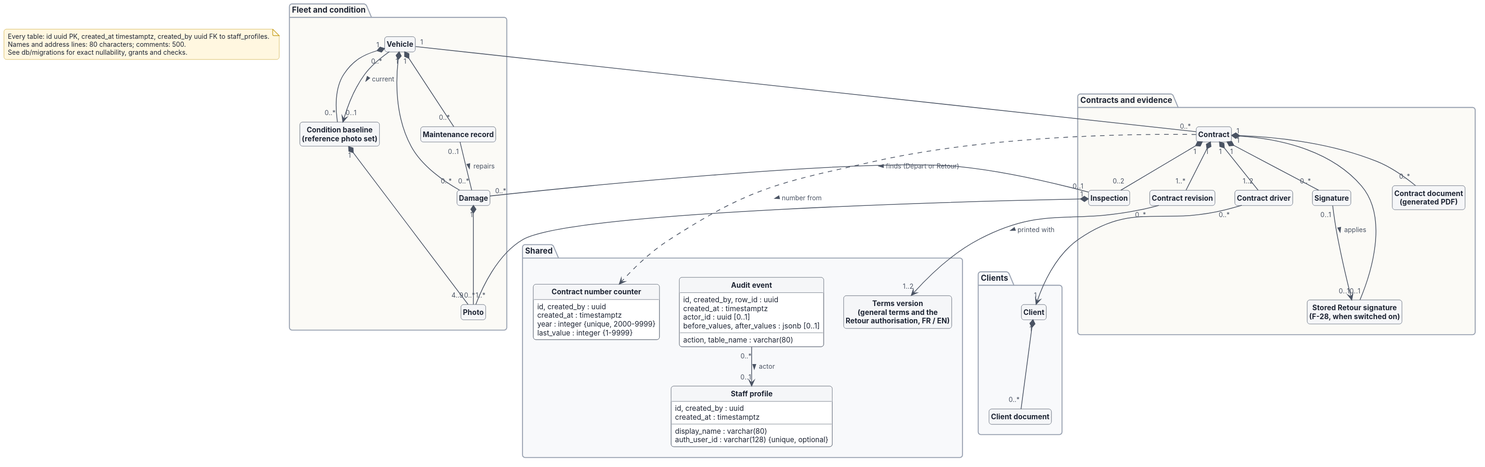
This is docs/architecture/svg/05-data-overview.svg from ColJurten/mccarriviera-staff-app, a PlantUML export, as it was before one commit.
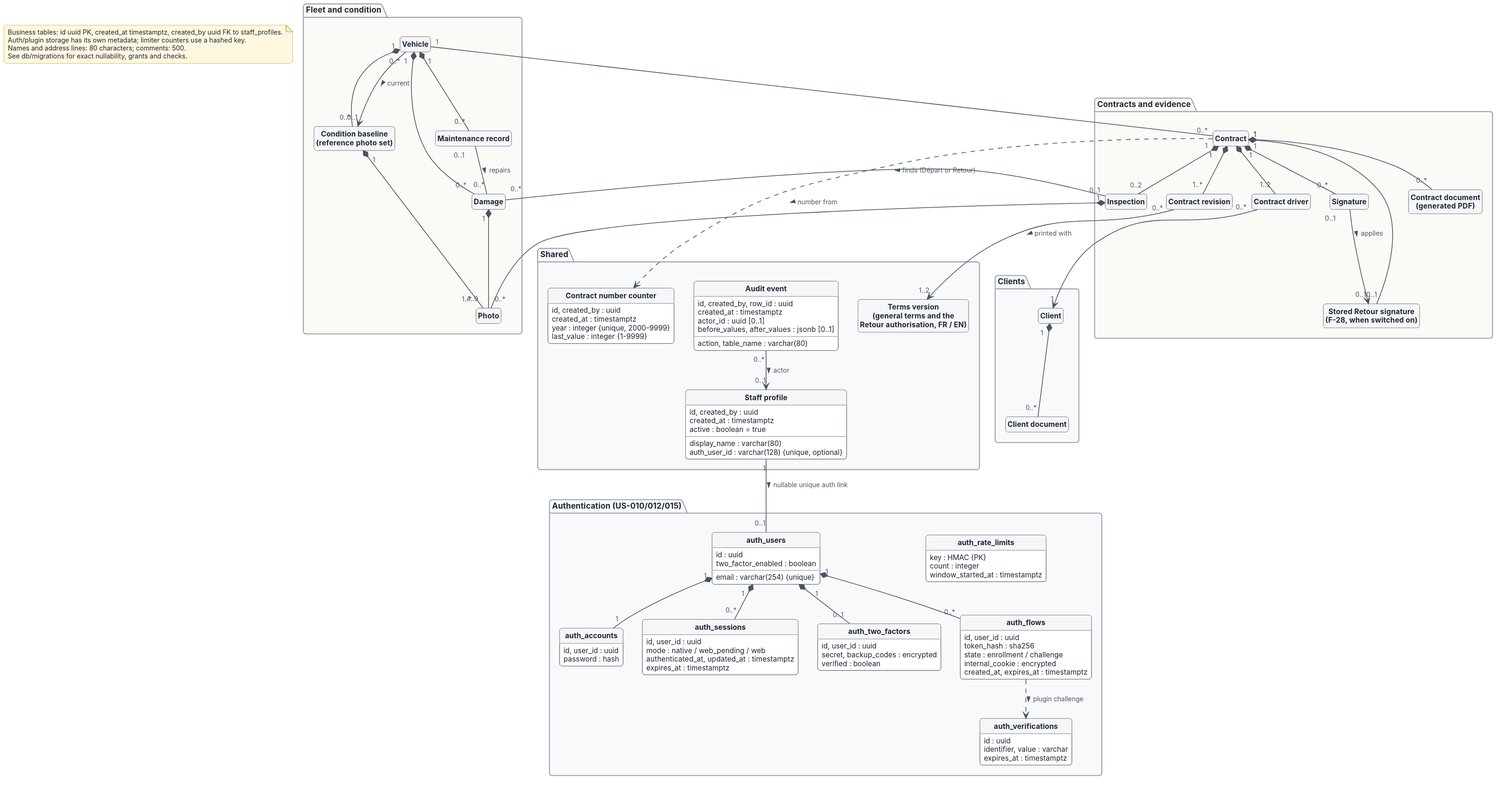
The same diagram one commit later.

Change to the diagram source:
```diff
@@ -35,6 +35,7 @@
     created_at : timestamptz
     display_name : varchar(80)
     auth_user_id : varchar(128) {unique, optional}
+    active : boolean = true
   }
   class AuditEvent as "Audit event" {
     id, created_by, row_id : uuid
@@ -50,6 +51,52 @@
     last_value : integer {1-9999}
   }
 }
+
+package "Authentication (US-010/012/015)" #F8F9FB {
+  class AuthUser as "auth_users" {
+    id : uuid
+    email : varchar(254) {unique}
+    two_factor_enabled : boolean
+  }
+  class AuthAccount as "auth_accounts" {
+    id, user_id : uuid
+    password : hash
+  }
+  class AuthSession as "auth_sessions" {
+    id, user_id : uuid
+    mode : native / web_pending / web
+    authenticated_at, updated_at : timestamptz
+    expires_at : timestamptz
+  }
+  class AuthFactor as "auth_two_factors" {
+    id, user_id : uuid
+    secret, backup_codes : encrypted
+    verified : boolean
+  }
+  class AuthFlow as "auth_flows" {
+    id, user_id : uuid
+    token_hash : sha256
+    state : enrollment / challenge
+    internal_cookie : encrypted
+    created_at, expires_at : timestamptz
+  }
+  class AuthVerification as "auth_verifications" {
+    id : uuid
+    identifier, value : varchar
+    expires_at : timestamptz
+  }
+  class AuthRateLimit as "auth_rate_limits" {
+    key : HMAC {PK}
+    count : integer
+    window_started_at : timestamptz
+  }
+}
+StaffProfile "1" -- "0..1" AuthUser : nullable unique auth link >
+AuthUser "1" *-- "1" AuthAccount
+AuthUser "1" *-- "0..*" AuthSession
+AuthUser "1" *-- "0..1" AuthFactor
+AuthUser "1" *-- "0..*" AuthFlow
+AuthFlow ..> AuthVerification : plugin challenge >
 
 Vehicle "1" *-- "0..*" ConditionBaseline
 Vehicle "0..*" --> "0..1" ConditionBaseline : current >
@@ -76,7 +123,8 @@
 Contract ..> ContractNumberCounter : number from >
 AuditEvent "0..*" --> "0..1" StaffProfile : actor >
 note as SchemaConventions
-Every table: id uuid PK, created_at timestamptz, created_by uuid FK to staff_profiles.
+Business tables: id uuid PK, created_at timestamptz, created_by uuid FK to staff_profiles.
+Auth/plugin storage has its own metadata; limiter counters use a hashed key.
 Names and address lines: 80 characters; comments: 500.
 See db/migrations for exact nullability, grants and checks.
 end note
```
